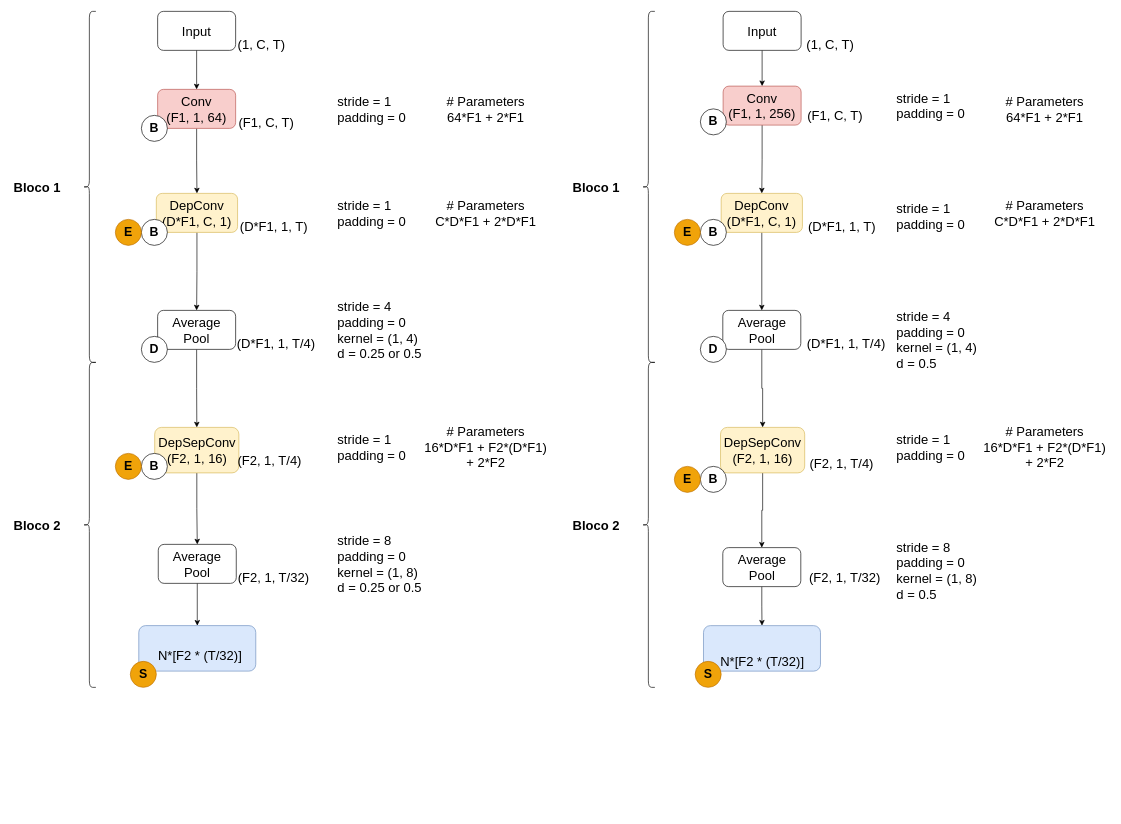
The draw.io diagram Neural Network Architectures/Inception Networks and Depthwise Separable Convolutions/EEG and CompactNet.drawio in patrick-oliveira/tutorials, before the edit. Source tidied: cells renumbered, new cells numbered last; positions are measured from the earlier drawing's top-left corner, leaving out a move shared by most shapes. Both pictures are drawn from the tidied source at 65%, with x=0, y=0 at pixel (11, 11).
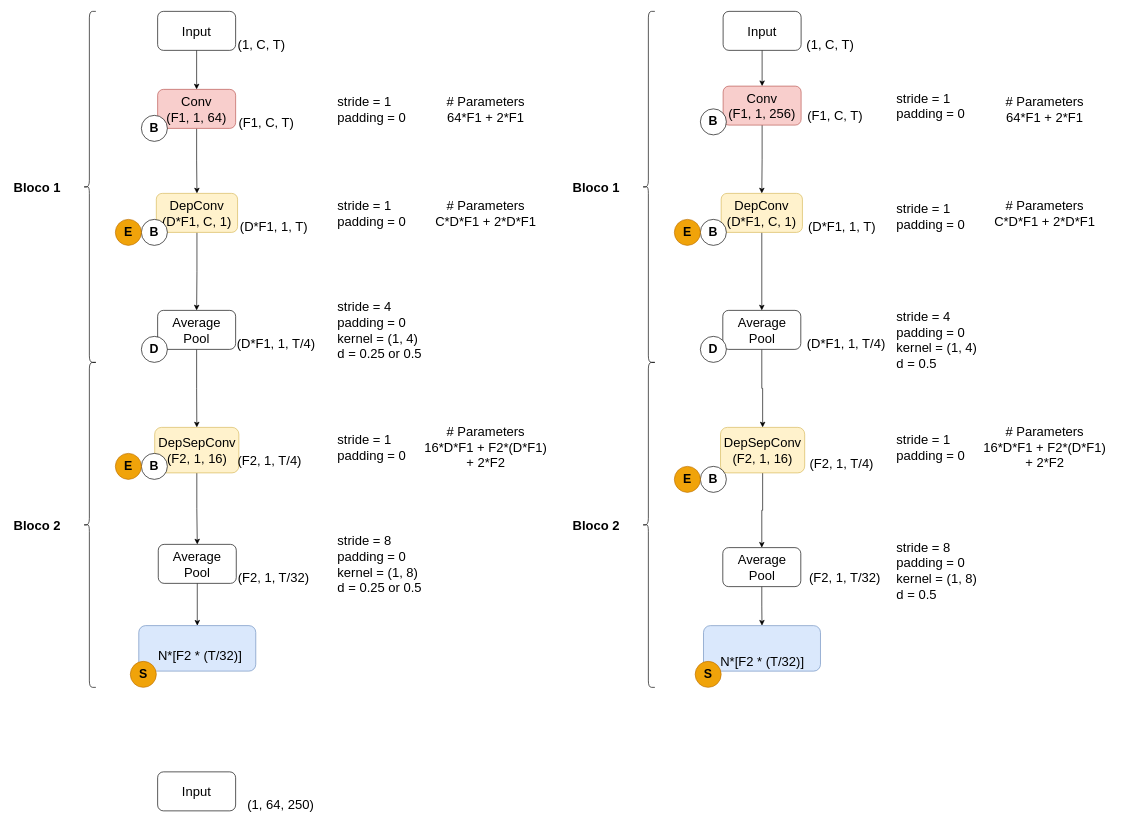
After the change.

Diff of the diagram source:
```diff
@@
+    <mxCell id="80" value="Input" style="rounded=1;whiteSpace=wrap;html=1;fontSize=20;" parent="1" vertex="1">
+      <mxGeometry x="225" y="1170" width="120" height="60" as="geometry" />
+    </mxCell>
+    <mxCell id="81" value="(1, 64, 250)" style="text;html=1;strokeColor=none;fillColor=none;align=center;verticalAlign=middle;whiteSpace=wrap;rounded=0;fontSize=20;" parent="1" vertex="1">
+      <mxGeometry x="357.5" y="1210" width="112.5" height="20" as="geometry" />
+    </mxCell>
```
